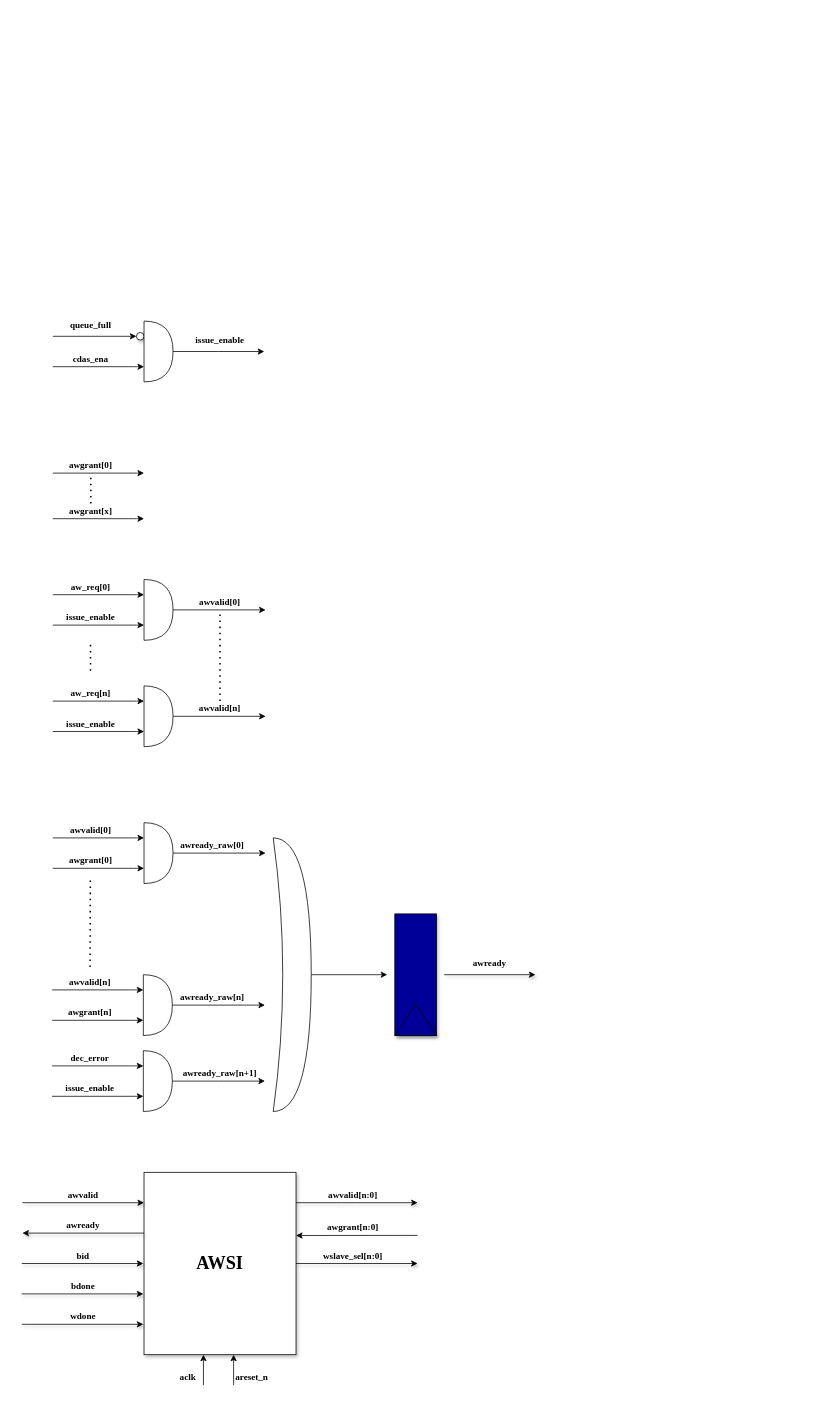
This is page "AWSI" (5 of 11) of VG_AxiBus/Doc/axi4_ver0.2.drawio from nguyenquanicd/VG_RTL, a draw.io file, before an edit. Source tidied: cells renumbered, new cells numbered last; positions are measured from the earlier drawing's top-left corner, leaving out a move shared by most shapes. Both pictures are drawn from the tidied source at 76%, with x=0, y=0 at pixel (21, 317).
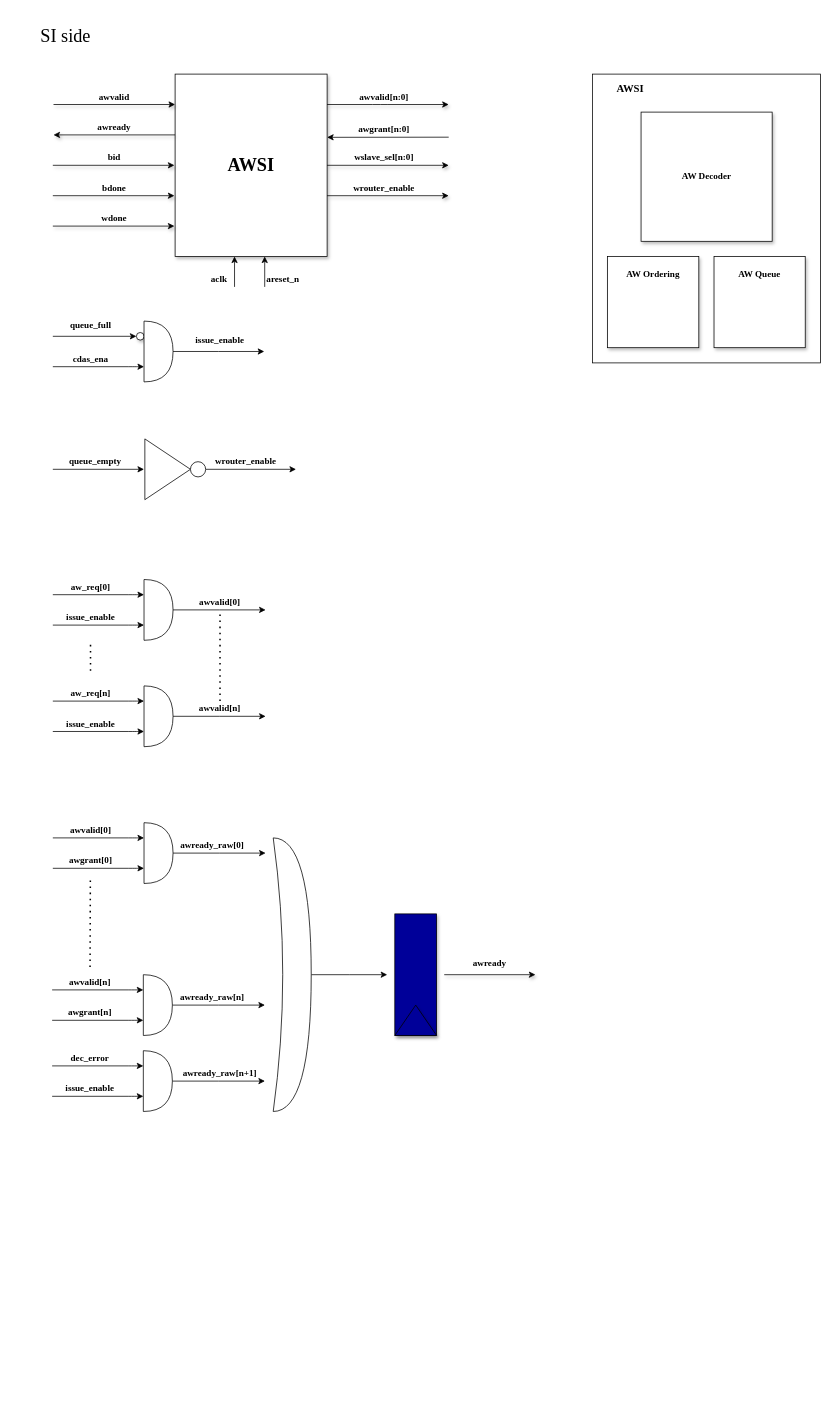
Above is the later version.

Diff of the diagram source:
```diff
@@
-    <mxCell id="14" style="endArrow=classic;html=1;" parent="1" edge="1">
-      <mxGeometry relative="1" as="geometry">
-        <mxPoint x="41" y="205" as="sourcePoint" />
-        <mxPoint x="161" y="205" as="targetPoint" />
-        <Array as="points">
-          <mxPoint x="151" y="205" />
-        </Array>
-      </mxGeometry>
-    </mxCell>
-    <mxCell id="15" value="&lt;font face=&quot;Times New Roman&quot;&gt;&lt;b&gt;awgrant[0]&lt;/b&gt;&lt;/font&gt;" style="text;html=1;strokeColor=none;fillColor=none;align=center;verticalAlign=middle;whiteSpace=wrap;rounded=0;" parent="1" vertex="1">
-      <mxGeometry x="71" y="185" width="40" height="20" as="geometry" />
-    </mxCell>
-    <mxCell id="16" value="&lt;font face=&quot;Times New Roman&quot;&gt;&lt;b&gt;awgrant[x]&lt;/b&gt;&lt;/font&gt;" style="text;html=1;strokeColor=none;fillColor=none;align=center;verticalAlign=middle;whiteSpace=wrap;rounded=0;" parent="1" vertex="1">
-      <mxGeometry x="71" y="245" width="40" height="20" as="geometry" />
-    </mxCell>
-    <mxCell id="17" style="endArrow=none;dashed=1;html=1;dashPattern=1 3;strokeWidth=2;shadow=0;fillColor=#004C99;entryX=0.5;entryY=1;entryDx=0;entryDy=0;" parent="1" edge="1" target="15">
-      <mxGeometry relative="1" as="geometry">
-        <mxPoint x="91" y="245" as="sourcePoint" />
-      </mxGeometry>
-    </mxCell>
-    <mxCell id="18" style="endArrow=classic;html=1;" parent="1" edge="1">
-      <mxGeometry relative="1" as="geometry">
-        <mxPoint x="41" y="265" as="sourcePoint" />
-        <mxPoint x="161" y="265" as="targetPoint" />
-        <Array as="points">
-          <mxPoint x="151" y="265" />
-        </Array>
-      </mxGeometry>
-    </mxCell>
@@
     <mxCell id="52" value="&lt;font face=&quot;Times New Roman&quot;&gt;&lt;b&gt;awvalid&lt;/b&gt;&lt;/font&gt;" style="text;html=1;strokeColor=none;fillColor=none;align=center;verticalAlign=middle;whiteSpace=wrap;rounded=0;shadow=1;" parent="1" vertex="1">
-      <mxGeometry x="61" y="1145" width="40" height="20" as="geometry" />
+      <mxGeometry x="101.9" y="-300" width="40" height="20" as="geometry" />
     </mxCell>
     <mxCell id="53" value="&lt;font face=&quot;Times New Roman&quot;&gt;&lt;b&gt;awvalid[n:0]&lt;/b&gt;&lt;/font&gt;" style="text;html=1;strokeColor=none;fillColor=none;align=center;verticalAlign=middle;whiteSpace=wrap;rounded=0;shadow=1;" parent="1" vertex="1">
-      <mxGeometry x="416" y="1145" width="40" height="20" as="geometry" />
+      <mxGeometry x="456.9" y="-300" width="40" height="20" as="geometry" />
     </mxCell>
     <mxCell id="54" value="&lt;font face=&quot;Times New Roman&quot; style=&quot;font-size: 24px&quot;&gt;&lt;b&gt;AWSI&lt;/b&gt;&lt;/font&gt;" style="rounded=0;whiteSpace=wrap;html=1;shadow=1;" parent="1" vertex="1">
-      <mxGeometry x="161" y="1125" width="200" height="240" as="geometry" />
+      <mxGeometry x="201.9" y="-320" width="200" height="240" as="geometry" />
     </mxCell>
     <mxCell id="55" style="endArrow=classic;html=1;shadow=1;" parent="1" edge="1">
       <mxGeometry relative="1" as="geometry">
-        <mxPoint x="361" y="1165" as="sourcePoint" />
-        <mxPoint x="521" y="1165" as="targetPoint" />
+        <mxPoint x="401.9" y="-280" as="sourcePoint" />
+        <mxPoint x="561.9" y="-280" as="targetPoint" />
         <Array as="points">
-          <mxPoint x="431" y="1165" />
+          <mxPoint x="471.9" y="-280" />
         </Array>
       </mxGeometry>
     </mxCell>
     <mxCell id="56" value="&lt;font face=&quot;Times New Roman&quot;&gt;&lt;b&gt;wslave_sel[n:0]&lt;/b&gt;&lt;/font&gt;" style="text;html=1;strokeColor=none;fillColor=none;align=center;verticalAlign=middle;whiteSpace=wrap;rounded=0;" parent="1" vertex="1">
-      <mxGeometry x="416" y="1225" width="40" height="20" as="geometry" />
+      <mxGeometry x="456.9" y="-220" width="40" height="20" as="geometry" />
     </mxCell>
     <mxCell id="57" style="endArrow=classic;html=1;shadow=0;strokeColor=#000000;fillColor=#004C99;" parent="1" edge="1">
       <mxGeometry relative="1" as="geometry">
-        <mxPoint x="521" y="1208" as="sourcePoint" />
-        <mxPoint x="361" y="1208.2" as="targetPoint" />
+        <mxPoint x="561.9" y="-237" as="sourcePoint" />
+        <mxPoint x="401.9" y="-236.8" as="targetPoint" />
       </mxGeometry>
     </mxCell>
     <mxCell id="58" value="&lt;font face=&quot;Times New Roman&quot;&gt;&lt;b&gt;awgrant[n:0]&lt;/b&gt;&lt;/font&gt;" style="text;html=1;strokeColor=none;fillColor=none;align=center;verticalAlign=middle;whiteSpace=wrap;rounded=0;" parent="1" vertex="1">
-      <mxGeometry x="416" y="1188" width="40" height="20" as="geometry" />
+      <mxGeometry x="456.9" y="-257" width="40" height="20" as="geometry" />
     </mxCell>
     <mxCell id="59" value="&lt;font face=&quot;Times New Roman&quot;&gt;&lt;b&gt;bid&lt;/b&gt;&lt;/font&gt;" style="text;html=1;strokeColor=none;fillColor=none;align=center;verticalAlign=middle;whiteSpace=wrap;rounded=0;shadow=1;" parent="1" vertex="1">
-      <mxGeometry x="61" y="1225" width="40" height="20" as="geometry" />
+      <mxGeometry x="101.9" y="-220" width="40" height="20" as="geometry" />
     </mxCell>
     <mxCell id="60" value="&lt;font face=&quot;Times New Roman&quot;&gt;&lt;b&gt;bdone&lt;/b&gt;&lt;/font&gt;" style="text;html=1;strokeColor=none;fillColor=none;align=center;verticalAlign=middle;whiteSpace=wrap;rounded=0;shadow=1;" parent="1" vertex="1">
-      <mxGeometry x="61" y="1265" width="40" height="20" as="geometry" />
+      <mxGeometry x="101.9" y="-180" width="40" height="20" as="geometry" />
     </mxCell>
     <mxCell id="61" value="&lt;font face=&quot;Times New Roman&quot;&gt;&lt;b&gt;wdone&lt;/b&gt;&lt;/font&gt;" style="text;html=1;strokeColor=none;fillColor=none;align=center;verticalAlign=middle;whiteSpace=wrap;rounded=0;shadow=1;" parent="1" vertex="1">
-      <mxGeometry x="61" y="1305" width="40" height="20" as="geometry" />
+      <mxGeometry x="101.9" y="-140" width="40" height="20" as="geometry" />
     </mxCell>
     <mxCell id="62" value="&lt;font face=&quot;Times New Roman&quot;&gt;&lt;b&gt;awready&lt;/b&gt;&lt;/font&gt;" style="text;html=1;strokeColor=none;fillColor=none;align=center;verticalAlign=middle;whiteSpace=wrap;rounded=0;shadow=1;" parent="1" vertex="1">
-      <mxGeometry x="61" y="1185" width="40" height="20" as="geometry" />
+      <mxGeometry x="101.9" y="-260" width="40" height="20" as="geometry" />
     </mxCell>
     <mxCell id="63" style="endArrow=classic;html=1;shadow=1;" parent="1" edge="1">
       <mxGeometry relative="1" as="geometry">
-        <mxPoint x="1" y="1165" as="sourcePoint" />
-        <mxPoint x="161" y="1165" as="targetPoint" />
+        <mxPoint x="41.9" y="-280" as="sourcePoint" />
+        <mxPoint x="201.9" y="-280" as="targetPoint" />
       </mxGeometry>
     </mxCell>
     <mxCell id="64" style="endArrow=classic;html=1;shadow=1;" parent="1" edge="1">
       <mxGeometry relative="1" as="geometry">
-        <mxPoint x="161" y="1205" as="sourcePoint" />
-        <mxPoint x="1" y="1205" as="targetPoint" />
+        <mxPoint x="201.9" y="-240" as="sourcePoint" />
+        <mxPoint x="41.9" y="-240" as="targetPoint" />
       </mxGeometry>
     </mxCell>
     <mxCell id="65" style="endArrow=classic;html=1;shadow=1;" parent="1" edge="1">
       <mxGeometry relative="1" as="geometry">
-        <mxPoint x="0.1" y="1245" as="sourcePoint" />
-        <mxPoint x="160.1" y="1245" as="targetPoint" />
+        <mxPoint x="41" y="-200" as="sourcePoint" />
+        <mxPoint x="201" y="-200" as="targetPoint" />
       </mxGeometry>
     </mxCell>
     <mxCell id="66" style="endArrow=classic;html=1;shadow=1;" parent="1" edge="1">
       <mxGeometry relative="1" as="geometry">
-        <mxPoint x="0.1" y="1285" as="sourcePoint" />
-        <mxPoint x="160.1" y="1285" as="targetPoint" />
+        <mxPoint x="41" y="-160" as="sourcePoint" />
+        <mxPoint x="201" y="-160" as="targetPoint" />
       </mxGeometry>
     </mxCell>
     <mxCell id="67" style="endArrow=classic;html=1;shadow=1;" parent="1" edge="1">
       <mxGeometry relative="1" as="geometry">
-        <mxPoint x="0.1" y="1325" as="sourcePoint" />
-        <mxPoint x="160.1" y="1325" as="targetPoint" />
+        <mxPoint x="41" y="-120" as="sourcePoint" />
+        <mxPoint x="201" y="-120" as="targetPoint" />
       </mxGeometry>
     </mxCell>
     <mxCell id="68" style="endArrow=classic;html=1;shadow=1;" parent="1" edge="1">
       <mxGeometry relative="1" as="geometry">
-        <mxPoint x="361" y="1245" as="sourcePoint" />
-        <mxPoint x="521" y="1245" as="targetPoint" />
+        <mxPoint x="401.9" y="-200" as="sourcePoint" />
+        <mxPoint x="561.9" y="-200" as="targetPoint" />
       </mxGeometry>
     </mxCell>
@@
     <mxCell id="76" style="endArrow=classic;html=1;" parent="1" edge="1">
       <mxGeometry relative="1" as="geometry">
-        <mxPoint x="239.2" y="1405" as="sourcePoint" />
-        <mxPoint x="239.2" y="1365" as="targetPoint" />
+        <mxPoint x="280.1" y="-40" as="sourcePoint" />
+        <mxPoint x="280.1" y="-80" as="targetPoint" />
       </mxGeometry>
     </mxCell>
     <mxCell id="77" value="&lt;font face=&quot;Times New Roman&quot;&gt;&lt;b&gt;aclk&lt;/b&gt;&lt;/font&gt;" style="text;html=1;strokeColor=none;fillColor=none;align=center;verticalAlign=middle;whiteSpace=wrap;rounded=0;shadow=1;" parent="1" vertex="1">
-      <mxGeometry x="199.2" y="1385" width="40" height="20" as="geometry" />
+      <mxGeometry x="240.1" y="-60" width="40" height="20" as="geometry" />
     </mxCell>
     <mxCell id="78" style="endArrow=classic;html=1;" parent="1" edge="1">
       <mxGeometry relative="1" as="geometry">
-        <mxPoint x="278.9" y="1405" as="sourcePoint" />
-        <mxPoint x="278.9" y="1365" as="targetPoint" />
+        <mxPoint x="319.8" y="-40" as="sourcePoint" />
+        <mxPoint x="319.8" y="-80" as="targetPoint" />
       </mxGeometry>
     </mxCell>
     <mxCell id="79" value="&lt;font face=&quot;Times New Roman&quot;&gt;&lt;b&gt;areset_n&lt;/b&gt;&lt;/font&gt;" style="text;html=1;strokeColor=none;fillColor=none;align=center;verticalAlign=middle;whiteSpace=wrap;rounded=0;shadow=1;" parent="1" vertex="1">
-      <mxGeometry x="283.2" y="1385" width="40" height="20" as="geometry" />
+      <mxGeometry x="324.1" y="-60" width="40" height="20" as="geometry" />
     </mxCell>
+    <mxCell id="80" value="&lt;b&gt;&lt;font face=&quot;Times New Roman&quot;&gt;wrouter_enable&lt;/font&gt;&lt;/b&gt;" style="text;html=1;strokeColor=none;fillColor=none;align=center;verticalAlign=middle;whiteSpace=wrap;rounded=0;" parent="1" vertex="1">
+      <mxGeometry x="456.9" y="-180" width="40" height="20" as="geometry" />
+    </mxCell>
+    <mxCell id="81" style="endArrow=classic;html=1;shadow=1;" parent="1" edge="1">
+      <mxGeometry relative="1" as="geometry">
+        <mxPoint x="401.9" y="-160" as="sourcePoint" />
+        <mxPoint x="561.9" y="-160" as="targetPoint" />
+      </mxGeometry>
+    </mxCell>
+    <mxCell id="82" style="endArrow=classic;html=1;" parent="1" edge="1">
+      <mxGeometry relative="1" as="geometry">
+        <mxPoint x="41" y="200" as="sourcePoint" />
+        <mxPoint x="161" y="200" as="targetPoint" />
+      </mxGeometry>
+    </mxCell>
+    <mxCell id="83" style="triangle;whiteSpace=wrap;html=1;" parent="1" vertex="1">
+      <mxGeometry x="162.1" y="160" width="60" height="80" as="geometry" />
+    </mxCell>
+    <mxCell id="84" style="edgeStyle=orthogonalEdgeStyle;rounded=0;jettySize=auto;html=1;" parent="1" edge="1" source="85">
+      <mxGeometry relative="1" as="geometry">
+        <mxPoint x="361" y="200" as="targetPoint" />
+      </mxGeometry>
+    </mxCell>
+    <mxCell id="85" style="ellipse;whiteSpace=wrap;html=1;" parent="1" vertex="1">
+      <mxGeometry x="222.1" y="190" width="20" height="20" as="geometry" />
+    </mxCell>
+    <mxCell id="86" value="&lt;b&gt;&lt;font face=&quot;Times New Roman&quot;&gt;wrouter_enable&lt;/font&gt;&lt;/b&gt;" style="text;html=1;strokeColor=none;fillColor=none;align=center;verticalAlign=middle;whiteSpace=wrap;rounded=0;" parent="1" vertex="1">
+      <mxGeometry x="275.4" y="180" width="40" height="20" as="geometry" />
+    </mxCell>
+    <mxCell id="87" value="&lt;font face=&quot;Times New Roman&quot;&gt;&lt;b&gt;queue_empty&lt;/b&gt;&lt;/font&gt;" style="text;html=1;strokeColor=none;fillColor=none;align=center;verticalAlign=middle;whiteSpace=wrap;rounded=0;shadow=1;" parent="1" vertex="1">
+      <mxGeometry x="77.1" y="180" width="40" height="20" as="geometry" />
+    </mxCell>
+    <mxCell id="88" value="&lt;h1&gt;&lt;font face=&quot;Times New Roman&quot;&gt;&lt;span style=&quot;font-weight: normal&quot;&gt;SI side&lt;/span&gt;&lt;br&gt;&lt;/font&gt;&lt;/h1&gt;&lt;p&gt;&lt;font face=&quot;Times New Roman&quot;&gt;&lt;br&gt;&lt;/font&gt;&lt;/p&gt;" style="text;html=1;strokeColor=none;fillColor=none;spacing=5;spacingTop=-20;whiteSpace=wrap;overflow=hidden;rounded=0;" parent="1" vertex="1">
+      <mxGeometry x="20.1" y="-390" width="90" height="50" as="geometry" />
+    </mxCell>
+    <mxCell id="89" style="rounded=0;whiteSpace=wrap;html=1;shadow=0;" parent="1" vertex="1">
+      <mxGeometry x="751" y="-320" width="300" height="380" as="geometry" />
+    </mxCell>
+    <mxCell id="90" value="&lt;font face=&quot;Times New Roman&quot;&gt;&lt;b&gt;AW Decoder&lt;br&gt;&lt;/b&gt;&lt;/font&gt;" style="rounded=0;whiteSpace=wrap;html=1;shadow=1;" parent="1" vertex="1">
+      <mxGeometry x="815" y="-270" width="172.5" height="170" as="geometry" />
+    </mxCell>
+    <mxCell id="91" value="&lt;font face=&quot;Times New Roman&quot;&gt;&lt;b&gt;AW Ordering&lt;br&gt;&lt;br&gt;&lt;br&gt;&lt;br&gt;&lt;br&gt;&lt;br&gt;&lt;/b&gt;&lt;/font&gt;" style="rounded=0;whiteSpace=wrap;html=1;shadow=1;" parent="1" vertex="1">
+      <mxGeometry x="771" y="-80" width="120" height="120" as="geometry" />
+    </mxCell>
+    <mxCell id="92" value="&lt;font face=&quot;Times New Roman&quot;&gt;&lt;b&gt;AW Queue&lt;br&gt;&lt;br&gt;&lt;br&gt;&lt;br&gt;&lt;br&gt;&lt;br&gt;&lt;/b&gt;&lt;/font&gt;" style="rounded=0;whiteSpace=wrap;html=1;shadow=1;" parent="1" vertex="1">
+      <mxGeometry x="911" y="-80" width="120" height="120" as="geometry" />
+    </mxCell>
+    <mxCell id="93" value="&lt;font face=&quot;Times New Roman&quot; style=&quot;font-size: 14px&quot;&gt;&lt;b&gt;AWSI&lt;/b&gt;&lt;/font&gt;" style="text;html=1;strokeColor=none;fillColor=none;align=center;verticalAlign=middle;whiteSpace=wrap;rounded=0;" parent="1" vertex="1">
+      <mxGeometry x="781" y="-310" width="40" height="20" as="geometry" />
+    </mxCell>
```
